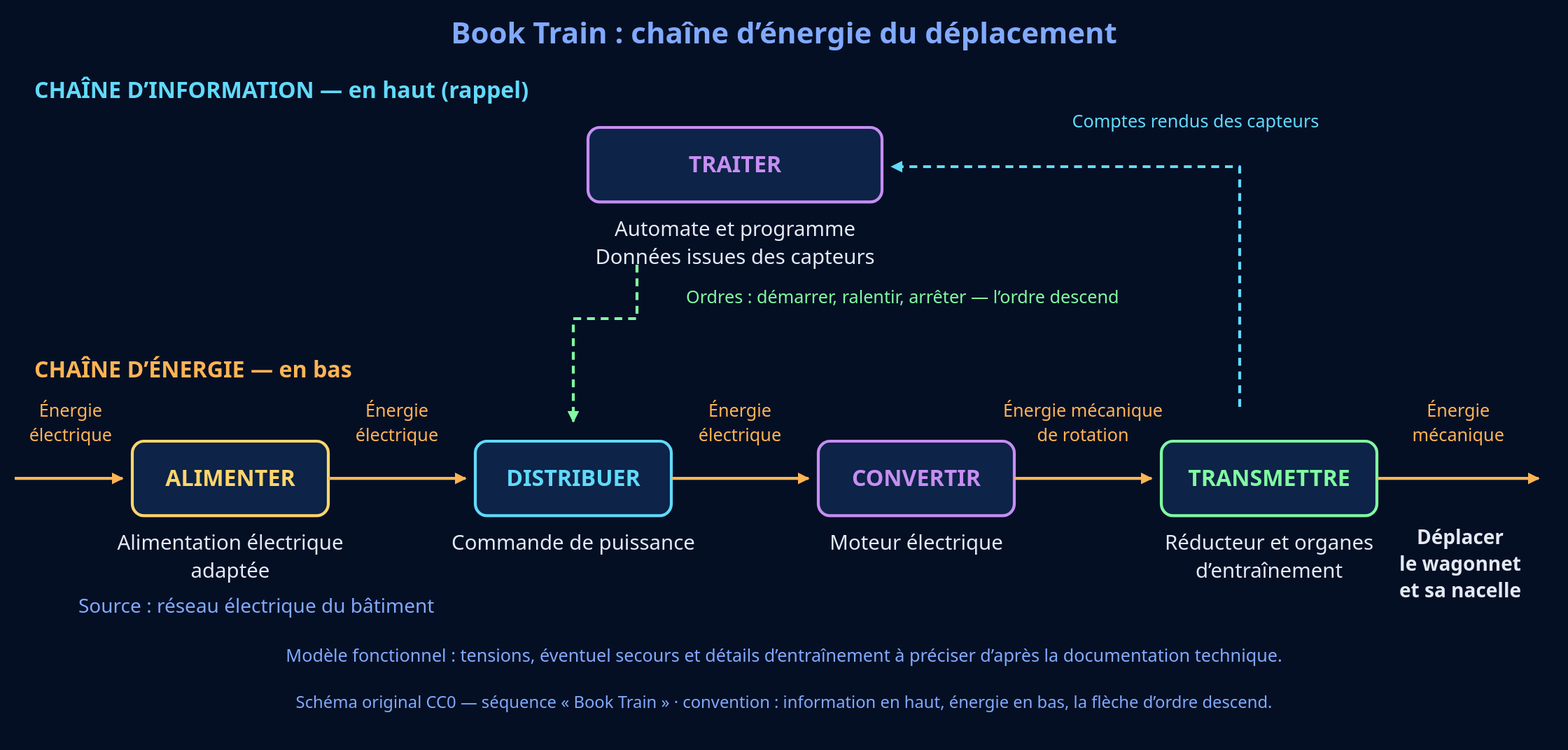
The draw.io diagram theme-2-structure-fonctionnement-comportement/C4-decrire-et-caracteriser-lorganisation/4e/4e_C4.1_book-train/fichiers_drawio/chaine_energie_book-train.svg in PLL-process/en-ligne-pour-le-cycle-4, before a commit. Source tidied: cells renumbered, new cells last; positions are measured from the earlier drawing's top-left corner, leaving out a move shared by most shapes. Its diagram source:
```xml
<mxGraphModel background="#050f24">
  <root>
    <mxCell id="0" />
    <mxCell id="1" parent="0" />
    <mxCell id="2" value="Book Train : chaîne d’énergie du déplacement" style="text;html=0;whiteSpace=wrap;align=center;verticalAlign=middle;fontFamily=Arial;fontColor=#81aaff;fontSize=30;fontStyle=1;" parent="1" vertex="1">
      <mxGeometry x="397.2" width="777.6" height="37" as="geometry" />
    </mxCell>
    <mxCell id="3" value="CHAÎNE D’INFORMATION — en haut (rappel)" style="text;html=0;whiteSpace=wrap;align=left;verticalAlign=middle;fontFamily=Arial;fontColor=#61dafb;fontSize=23;fontStyle=1;" parent="1" vertex="1">
      <mxGeometry x="21" y="63" width="532.3" height="30" as="geometry" />
    </mxCell>
    <mxCell id="4" value="TRAITER" style="rounded=1;arcSize=16;html=0;whiteSpace=wrap;fillColor=#0d2347;strokeColor=#c68ef2;strokeWidth=3;fontColor=#c68ef2;fontSize=23;fontStyle=1;fontFamily=Arial;" parent="1" vertex="1">
      <mxGeometry x="586" y="116" width="300" height="76" as="geometry" />
    </mxCell>
    <mxCell id="5" value="Automate et programme&#10;Données issues des capteurs" style="text;html=0;whiteSpace=wrap;align=center;verticalAlign=middle;fontFamily=Arial;fontColor=#e4eaf5;fontSize=21;fontStyle=0;" parent="1" vertex="1">
      <mxGeometry x="565.6" y="206" width="340.9" height="56" as="geometry" />
    </mxCell>
    <mxCell id="6" style="edgeStyle=none;html=0;strokeColor=#81fba1;strokeWidth=3;endArrow=block;endFill=1;startArrow=none;dashed=1;" parent="1" edge="1">
      <mxGeometry relative="1" as="geometry">
        <mxPoint x="636" y="256" as="sourcePoint" />
        <mxPoint x="571" y="416" as="targetPoint" />
        <Array as="points">
          <mxPoint x="636" y="311" />
          <mxPoint x="571" y="311" />
        </Array>
      </mxGeometry>
    </mxCell>
    <mxCell id="7" value="Ordres : démarrer, ralentir, arrêter — l’ordre descend" style="text;html=0;whiteSpace=wrap;align=left;verticalAlign=middle;fontFamily=Arial;fontColor=#81fba1;fontSize=18;fontStyle=0;" parent="1" vertex="1">
      <mxGeometry x="686" y="277" width="575.8" height="25" as="geometry" />
    </mxCell>
    <mxCell id="8" style="edgeStyle=none;html=0;strokeColor=#61dafb;strokeWidth=3;endArrow=block;endFill=1;startArrow=none;dashed=1;" parent="1" edge="1">
      <mxGeometry relative="1" as="geometry">
        <mxPoint x="1251" y="401" as="sourcePoint" />
        <mxPoint x="896" y="156" as="targetPoint" />
        <Array as="points">
          <mxPoint x="1251" y="156" />
        </Array>
      </mxGeometry>
    </mxCell>
    <mxCell id="9" value="Comptes rendus des capteurs" style="text;html=0;whiteSpace=wrap;align=center;verticalAlign=middle;fontFamily=Arial;fontColor=#61dafb;fontSize=18;fontStyle=0;" parent="1" vertex="1">
      <mxGeometry x="1059.1" y="98" width="293.9" height="25" as="geometry" />
    </mxCell>
    <mxCell id="10" value="CHAÎNE D’ÉNERGIE — en bas" style="text;html=0;whiteSpace=wrap;align=left;verticalAlign=middle;fontFamily=Arial;fontColor=#ffb454;fontSize=23;fontStyle=1;" parent="1" vertex="1">
      <mxGeometry x="21" y="348" width="345.5" height="30" as="geometry" />
    </mxCell>
    <mxCell id="11" value="ALIMENTER" style="rounded=1;arcSize=16;html=0;whiteSpace=wrap;fillColor=#0d2347;strokeColor=#ffd66b;strokeWidth=3;fontColor=#ffd66b;fontSize=23;fontStyle=1;fontFamily=Arial;" parent="1" vertex="1">
      <mxGeometry x="121" y="436" width="200" height="76" as="geometry" />
    </mxCell>
    <mxCell id="12" value="Alimentation électrique&#10;adaptée" style="text;html=0;whiteSpace=wrap;align=center;verticalAlign=middle;fontFamily=Arial;fontColor=#e4eaf5;fontSize=21;fontStyle=0;" parent="1" vertex="1">
      <mxGeometry x="74.9" y="526" width="292.1" height="56" as="geometry" />
    </mxCell>
    <mxCell id="13" value="DISTRIBUER" style="rounded=1;arcSize=16;html=0;whiteSpace=wrap;fillColor=#0d2347;strokeColor=#61dafb;strokeWidth=3;fontColor=#61dafb;fontSize=23;fontStyle=1;fontFamily=Arial;" parent="1" vertex="1">
      <mxGeometry x="471" y="436" width="200" height="76" as="geometry" />
    </mxCell>
    <mxCell id="14" value="Commande de puissance" style="text;html=0;whiteSpace=wrap;align=center;verticalAlign=middle;fontFamily=Arial;fontColor=#e4eaf5;fontSize=21;fontStyle=0;" parent="1" vertex="1">
      <mxGeometry x="437.1" y="526" width="267.8" height="28" as="geometry" />
    </mxCell>
    <mxCell id="15" value="CONVERTIR" style="rounded=1;arcSize=16;html=0;whiteSpace=wrap;fillColor=#0d2347;strokeColor=#c68ef2;strokeWidth=3;fontColor=#c68ef2;fontSize=23;fontStyle=1;fontFamily=Arial;" parent="1" vertex="1">
      <mxGeometry x="821" y="436" width="200" height="76" as="geometry" />
    </mxCell>
    <mxCell id="16" value="Moteur électrique" style="text;html=0;whiteSpace=wrap;align=center;verticalAlign=middle;fontFamily=Arial;fontColor=#e4eaf5;fontSize=21;fontStyle=0;" parent="1" vertex="1">
      <mxGeometry x="811.5" y="526" width="219.1" height="28" as="geometry" />
    </mxCell>
    <mxCell id="17" value="TRANSMETTRE" style="rounded=1;arcSize=16;html=0;whiteSpace=wrap;fillColor=#0d2347;strokeColor=#81fba1;strokeWidth=3;fontColor=#81fba1;fontSize=23;fontStyle=1;fontFamily=Arial;" parent="1" vertex="1">
      <mxGeometry x="1171" y="436" width="220" height="76" as="geometry" />
    </mxCell>
    <mxCell id="18" value="Réducteur et organes&#10;d’entraînement" style="text;html=0;whiteSpace=wrap;align=center;verticalAlign=middle;fontFamily=Arial;fontColor=#e4eaf5;fontSize=21;fontStyle=0;" parent="1" vertex="1">
      <mxGeometry x="1153.2" y="526" width="255.6" height="56" as="geometry" />
    </mxCell>
    <mxCell id="19" value="Source : réseau électrique du bâtiment" style="text;html=0;whiteSpace=wrap;align=left;verticalAlign=middle;fontFamily=Arial;fontColor=#81aaff;fontSize=20;fontStyle=0;" parent="1" vertex="1">
      <mxGeometry x="66" y="591" width="452.8" height="27" as="geometry" />
    </mxCell>
    <mxCell id="20" style="edgeStyle=none;html=0;strokeColor=#ffb454;strokeWidth=3;endArrow=block;endFill=1;startArrow=none;dashed=0;" parent="1" edge="1">
      <mxGeometry relative="1" as="geometry">
        <mxPoint x="1" y="474" as="sourcePoint" />
        <mxPoint x="111" y="474" as="targetPoint" />
      </mxGeometry>
    </mxCell>
    <mxCell id="21" value="Énergie&#10;électrique" style="text;html=0;whiteSpace=wrap;align=center;verticalAlign=middle;fontFamily=Arial;fontColor=#ffb454;fontSize=18;fontStyle=0;" parent="1" vertex="1">
      <mxGeometry x="-0.2" y="393" width="116.4" height="50" as="geometry" />
    </mxCell>
    <mxCell id="22" style="edgeStyle=none;html=0;strokeColor=#ffb454;strokeWidth=3;endArrow=block;endFill=1;startArrow=none;dashed=0;" parent="1" edge="1">
      <mxGeometry relative="1" as="geometry">
        <mxPoint x="321" y="474" as="sourcePoint" />
        <mxPoint x="461" y="474" as="targetPoint" />
      </mxGeometry>
    </mxCell>
    <mxCell id="23" value="Énergie&#10;électrique" style="text;html=0;whiteSpace=wrap;align=center;verticalAlign=middle;fontFamily=Arial;fontColor=#ffb454;fontSize=18;fontStyle=0;" parent="1" vertex="1">
      <mxGeometry x="332.8" y="393" width="116.4" height="50" as="geometry" />
    </mxCell>
    <mxCell id="24" style="edgeStyle=none;html=0;strokeColor=#ffb454;strokeWidth=3;endArrow=block;endFill=1;startArrow=none;dashed=0;" parent="1" edge="1">
      <mxGeometry relative="1" as="geometry">
        <mxPoint x="671" y="474" as="sourcePoint" />
        <mxPoint x="811" y="474" as="targetPoint" />
      </mxGeometry>
    </mxCell>
    <mxCell id="25" value="Énergie&#10;électrique" style="text;html=0;whiteSpace=wrap;align=center;verticalAlign=middle;fontFamily=Arial;fontColor=#ffb454;fontSize=18;fontStyle=0;" parent="1" vertex="1">
      <mxGeometry x="682.8" y="393" width="116.4" height="50" as="geometry" />
    </mxCell>
    <mxCell id="26" style="edgeStyle=none;html=0;strokeColor=#ffb454;strokeWidth=3;endArrow=block;endFill=1;startArrow=none;dashed=0;" parent="1" edge="1">
      <mxGeometry relative="1" as="geometry">
        <mxPoint x="1021" y="474" as="sourcePoint" />
        <mxPoint x="1161" y="474" as="targetPoint" />
      </mxGeometry>
    </mxCell>
    <mxCell id="27" value="Énergie mécanique&#10;de rotation" style="text;html=0;whiteSpace=wrap;align=center;verticalAlign=middle;fontFamily=Arial;fontColor=#ffb454;fontSize=18;fontStyle=0;" parent="1" vertex="1">
      <mxGeometry x="996.3" y="393" width="189.5" height="50" as="geometry" />
    </mxCell>
    <mxCell id="28" style="edgeStyle=none;html=0;strokeColor=#ffb454;strokeWidth=3;endArrow=block;endFill=1;startArrow=none;dashed=0;" parent="1" edge="1">
      <mxGeometry relative="1" as="geometry">
        <mxPoint x="1391" y="474" as="sourcePoint" />
        <mxPoint x="1556" y="474" as="targetPoint" />
      </mxGeometry>
    </mxCell>
    <mxCell id="29" value="Énergie&#10;mécanique" style="text;html=0;whiteSpace=wrap;align=center;verticalAlign=middle;fontFamily=Arial;fontColor=#ffb454;fontSize=18;fontStyle=0;" parent="1" vertex="1">
      <mxGeometry x="1421" y="393" width="106" height="50" as="geometry" />
    </mxCell>
    <mxCell id="30" value="Déplacer&#10;le wagonnet&#10;et sa nacelle" style="text;html=0;whiteSpace=wrap;align=center;verticalAlign=middle;fontFamily=Arial;fontColor=#e4eaf5;fontSize=20;fontStyle=1;" parent="1" vertex="1">
      <mxGeometry x="1394.6" y="521" width="162.8" height="81" as="geometry" />
    </mxCell>
    <mxCell id="31" value="Modèle fonctionnel : tensions, éventuel secours et détails d’entraînement à préciser d’après la documentation technique." style="text;html=0;whiteSpace=wrap;align=center;verticalAlign=middle;fontFamily=Arial;fontColor=#81aaff;fontSize=18;fontStyle=0;" parent="1" vertex="1">
      <mxGeometry x="153.6" y="643" width="1264.8" height="25" as="geometry" />
    </mxCell>
    <mxCell id="32" value="Schéma original CC0 — séquence « Book Train » · convention : information en haut, énergie en bas, la flèche d’ordre descend." style="text;html=0;whiteSpace=wrap;align=center;verticalAlign=middle;fontFamily=Arial;fontColor=#81aaff;fontSize=17;fontStyle=0;" parent="1" vertex="1">
      <mxGeometry x="168.7" y="691" width="1234.6" height="24" as="geometry" />
    </mxCell>
  </root>
</mxGraphModel>
```
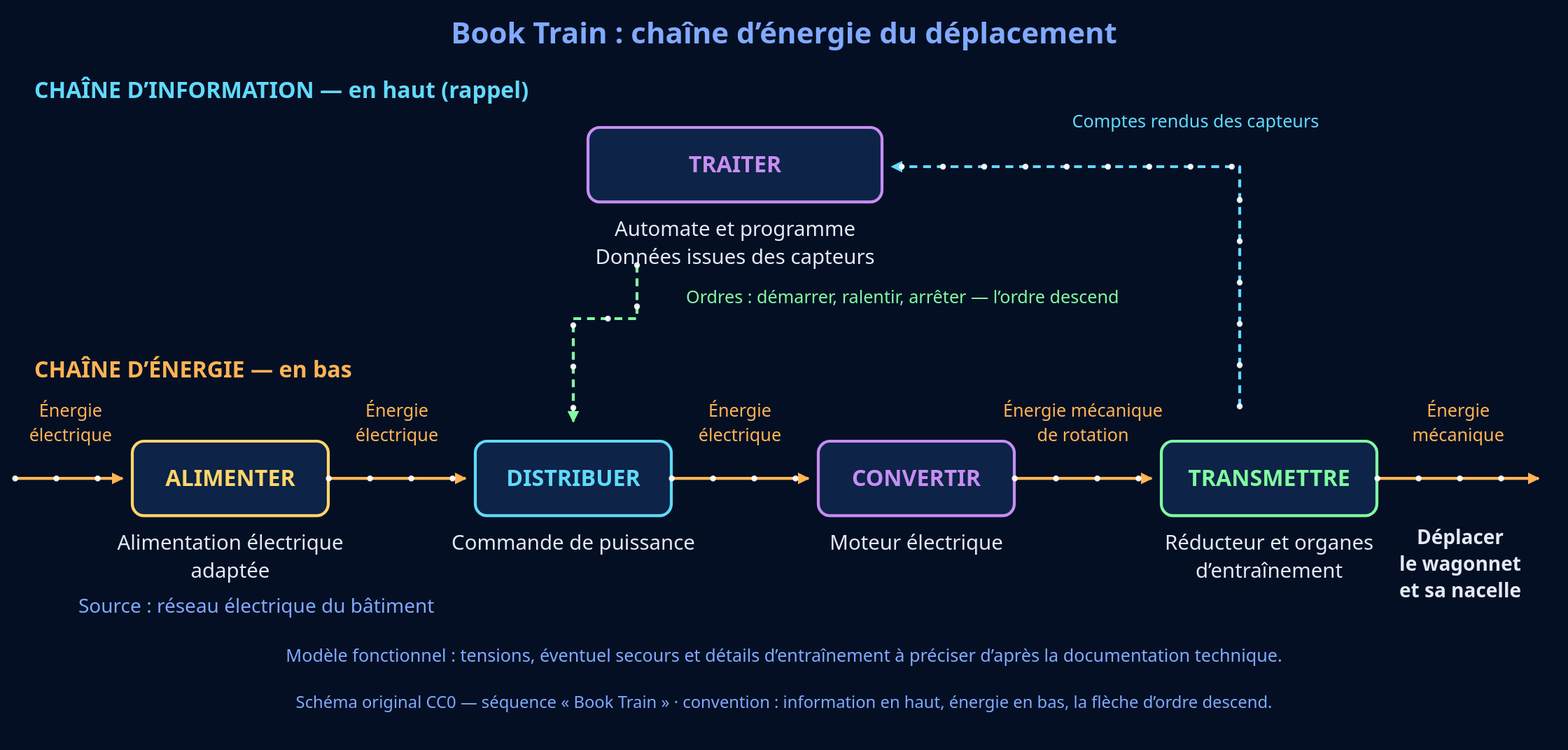
After the commit.

Diff of the diagram source:
```diff
@@ -14,7 +14,7 @@
     <mxCell id="5" value="Automate et programme&#10;Données issues des capteurs" style="text;html=0;whiteSpace=wrap;align=center;verticalAlign=middle;fontFamily=Arial;fontColor=#e4eaf5;fontSize=21;fontStyle=0;" parent="1" vertex="1">
       <mxGeometry x="565.6" y="206" width="340.9" height="56" as="geometry" />
     </mxCell>
-    <mxCell id="6" style="edgeStyle=none;html=0;strokeColor=#81fba1;strokeWidth=3;endArrow=block;endFill=1;startArrow=none;dashed=1;" parent="1" edge="1">
+    <mxCell id="6" style="edgeStyle=none;html=0;strokeColor=#81fba1;strokeWidth=3;endArrow=block;endFill=1;startArrow=none;dashed=1;flowAnimation=1;" parent="1" edge="1">
       <mxGeometry relative="1" as="geometry">
         <mxPoint x="636" y="256" as="sourcePoint" />
         <mxPoint x="571" y="416" as="targetPoint" />
@@ -27,7 +27,7 @@
     <mxCell id="7" value="Ordres : démarrer, ralentir, arrêter — l’ordre descend" style="text;html=0;whiteSpace=wrap;align=left;verticalAlign=middle;fontFamily=Arial;fontColor=#81fba1;fontSize=18;fontStyle=0;" parent="1" vertex="1">
       <mxGeometry x="686" y="277" width="575.8" height="25" as="geometry" />
     </mxCell>
-    <mxCell id="8" style="edgeStyle=none;html=0;strokeColor=#61dafb;strokeWidth=3;endArrow=block;endFill=1;startArrow=none;dashed=1;" parent="1" edge="1">
+    <mxCell id="8" style="edgeStyle=none;html=0;strokeColor=#61dafb;strokeWidth=3;endArrow=block;endFill=1;startArrow=none;dashed=1;flowAnimation=1;" parent="1" edge="1">
       <mxGeometry relative="1" as="geometry">
         <mxPoint x="1251" y="401" as="sourcePoint" />
         <mxPoint x="896" y="156" as="targetPoint" />
@@ -69,7 +69,7 @@
     <mxCell id="19" value="Source : réseau électrique du bâtiment" style="text;html=0;whiteSpace=wrap;align=left;verticalAlign=middle;fontFamily=Arial;fontColor=#81aaff;fontSize=20;fontStyle=0;" parent="1" vertex="1">
       <mxGeometry x="66" y="591" width="452.8" height="27" as="geometry" />
     </mxCell>
-    <mxCell id="20" style="edgeStyle=none;html=0;strokeColor=#ffb454;strokeWidth=3;endArrow=block;endFill=1;startArrow=none;dashed=0;" parent="1" edge="1">
+    <mxCell id="20" style="edgeStyle=none;html=0;strokeColor=#ffb454;strokeWidth=3;endArrow=block;endFill=1;startArrow=none;dashed=0;flowAnimation=1;" parent="1" edge="1">
       <mxGeometry relative="1" as="geometry">
         <mxPoint x="1" y="474" as="sourcePoint" />
         <mxPoint x="111" y="474" as="targetPoint" />
@@ -78,7 +78,7 @@
     <mxCell id="21" value="Énergie&#10;électrique" style="text;html=0;whiteSpace=wrap;align=center;verticalAlign=middle;fontFamily=Arial;fontColor=#ffb454;fontSize=18;fontStyle=0;" parent="1" vertex="1">
       <mxGeometry x="-0.2" y="393" width="116.4" height="50" as="geometry" />
     </mxCell>
-    <mxCell id="22" style="edgeStyle=none;html=0;strokeColor=#ffb454;strokeWidth=3;endArrow=block;endFill=1;startArrow=none;dashed=0;" parent="1" edge="1">
+    <mxCell id="22" style="edgeStyle=none;html=0;strokeColor=#ffb454;strokeWidth=3;endArrow=block;endFill=1;startArrow=none;dashed=0;flowAnimation=1;" parent="1" edge="1">
       <mxGeometry relative="1" as="geometry">
         <mxPoint x="321" y="474" as="sourcePoint" />
         <mxPoint x="461" y="474" as="targetPoint" />
@@ -87,7 +87,7 @@
     <mxCell id="23" value="Énergie&#10;électrique" style="text;html=0;whiteSpace=wrap;align=center;verticalAlign=middle;fontFamily=Arial;fontColor=#ffb454;fontSize=18;fontStyle=0;" parent="1" vertex="1">
       <mxGeometry x="332.8" y="393" width="116.4" height="50" as="geometry" />
     </mxCell>
-    <mxCell id="24" style="edgeStyle=none;html=0;strokeColor=#ffb454;strokeWidth=3;endArrow=block;endFill=1;startArrow=none;dashed=0;" parent="1" edge="1">
+    <mxCell id="24" style="edgeStyle=none;html=0;strokeColor=#ffb454;strokeWidth=3;endArrow=block;endFill=1;startArrow=none;dashed=0;flowAnimation=1;" parent="1" edge="1">
       <mxGeometry relative="1" as="geometry">
         <mxPoint x="671" y="474" as="sourcePoint" />
         <mxPoint x="811" y="474" as="targetPoint" />
@@ -96,7 +96,7 @@
     <mxCell id="25" value="Énergie&#10;électrique" style="text;html=0;whiteSpace=wrap;align=center;verticalAlign=middle;fontFamily=Arial;fontColor=#ffb454;fontSize=18;fontStyle=0;" parent="1" vertex="1">
       <mxGeometry x="682.8" y="393" width="116.4" height="50" as="geometry" />
     </mxCell>
-    <mxCell id="26" style="edgeStyle=none;html=0;strokeColor=#ffb454;strokeWidth=3;endArrow=block;endFill=1;startArrow=none;dashed=0;" parent="1" edge="1">
+    <mxCell id="26" style="edgeStyle=none;html=0;strokeColor=#ffb454;strokeWidth=3;endArrow=block;endFill=1;startArrow=none;dashed=0;flowAnimation=1;" parent="1" edge="1">
       <mxGeometry relative="1" as="geometry">
         <mxPoint x="1021" y="474" as="sourcePoint" />
         <mxPoint x="1161" y="474" as="targetPoint" />
@@ -105,7 +105,7 @@
     <mxCell id="27" value="Énergie mécanique&#10;de rotation" style="text;html=0;whiteSpace=wrap;align=center;verticalAlign=middle;fontFamily=Arial;fontColor=#ffb454;fontSize=18;fontStyle=0;" parent="1" vertex="1">
       <mxGeometry x="996.3" y="393" width="189.5" height="50" as="geometry" />
     </mxCell>
-    <mxCell id="28" style="edgeStyle=none;html=0;strokeColor=#ffb454;strokeWidth=3;endArrow=block;endFill=1;startArrow=none;dashed=0;" parent="1" edge="1">
+    <mxCell id="28" style="edgeStyle=none;html=0;strokeColor=#ffb454;strokeWidth=3;endArrow=block;endFill=1;startArrow=none;dashed=0;flowAnimation=1;" parent="1" edge="1">
       <mxGeometry relative="1" as="geometry">
         <mxPoint x="1391" y="474" as="sourcePoint" />
         <mxPoint x="1556" y="474" as="targetPoint" />
```
